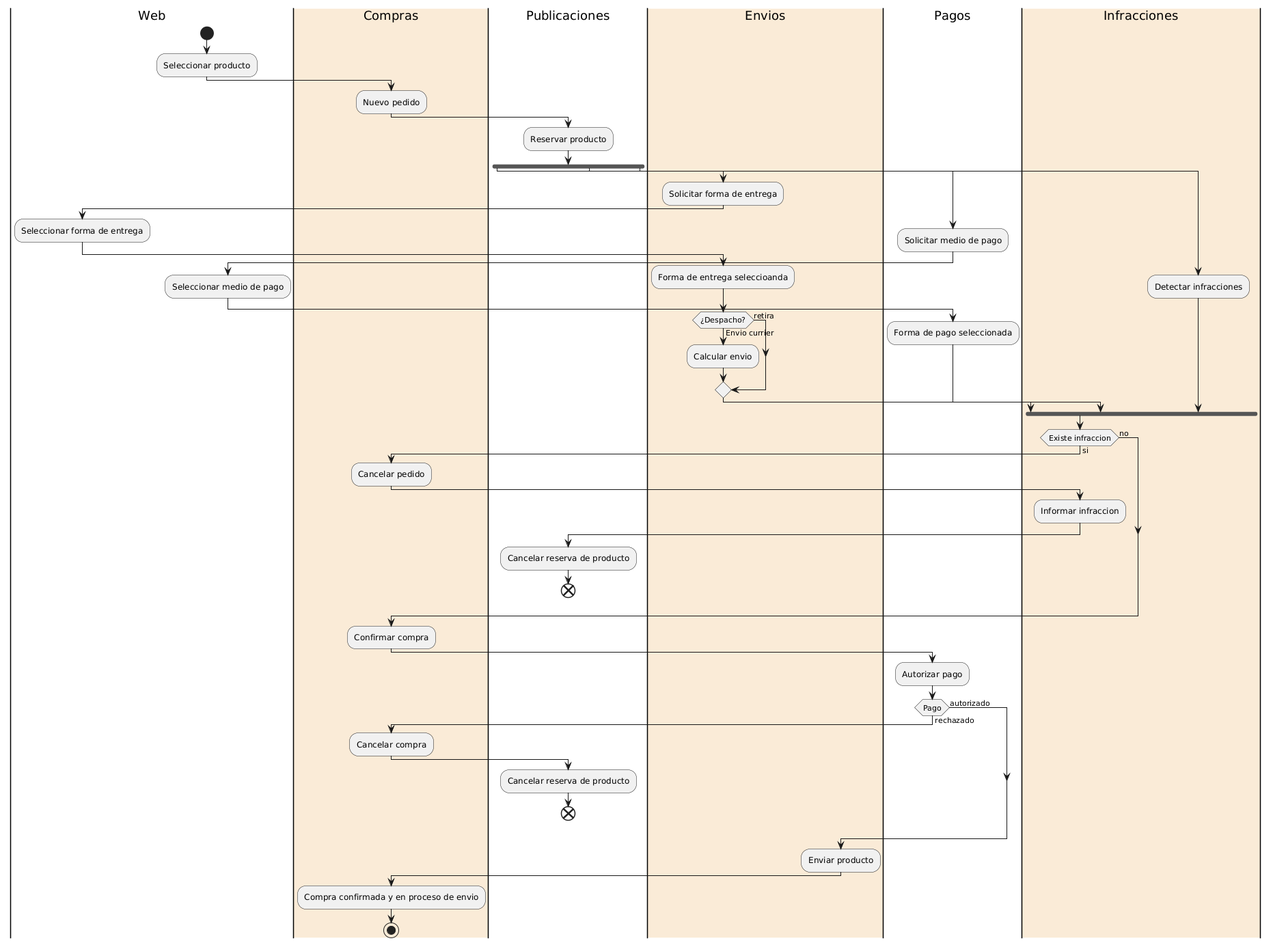
Earlier version of the PlantUML export diagramas_de_actividades/workflow-livre-markket-servicios-paralelos-independientes.png (Ramiro1414/livre-markket). Source of this version:
```plantuml
@startuml
|Web|
start
:Seleccionar producto;
|#AntiqueWhite|Compras|
:Nuevo pedido;
|Publicaciones|
:Reservar producto;
fork
  |#AntiqueWhite|Envios|
  :Solicitar forma de entrega;
  |Web|
  :Seleccionar forma de entrega;
  |Envios|
  :Forma de entrega seleccioanda;
  if (¿Despacho?) then (Envio currier)
      :Calcular envio;
  else (retira)
  endif
fork again
  |Pagos|
  :Solicitar medio de pago;
  |Web|
  :Seleccionar medio de pago;
  |Pagos|
  :Forma de pago seleccionada;
fork again
  |#AntiqueWhite|Infracciones|
  :Detectar infracciones;
end fork
|Infracciones|
if (Existe infraccion) then (si)
    |Compras|
    :Cancelar pedido;
    |Infracciones|
    :Informar infraccion;
    |Publicaciones|
    :Cancelar reserva de producto;
    end
else (no)
endif
|Compras|
:Confirmar compra;
|Pagos|
:Autorizar pago;
if (Pago) then (rechazado)
    |Compras|
    :Cancelar compra;
    |Publicaciones|
    :Cancelar reserva de producto;
    end
else (autorizado)
endif
|Envios|
:Enviar producto;
|Compras|
:Compra confirmada y en proceso de envio;
stop
@enduml
```
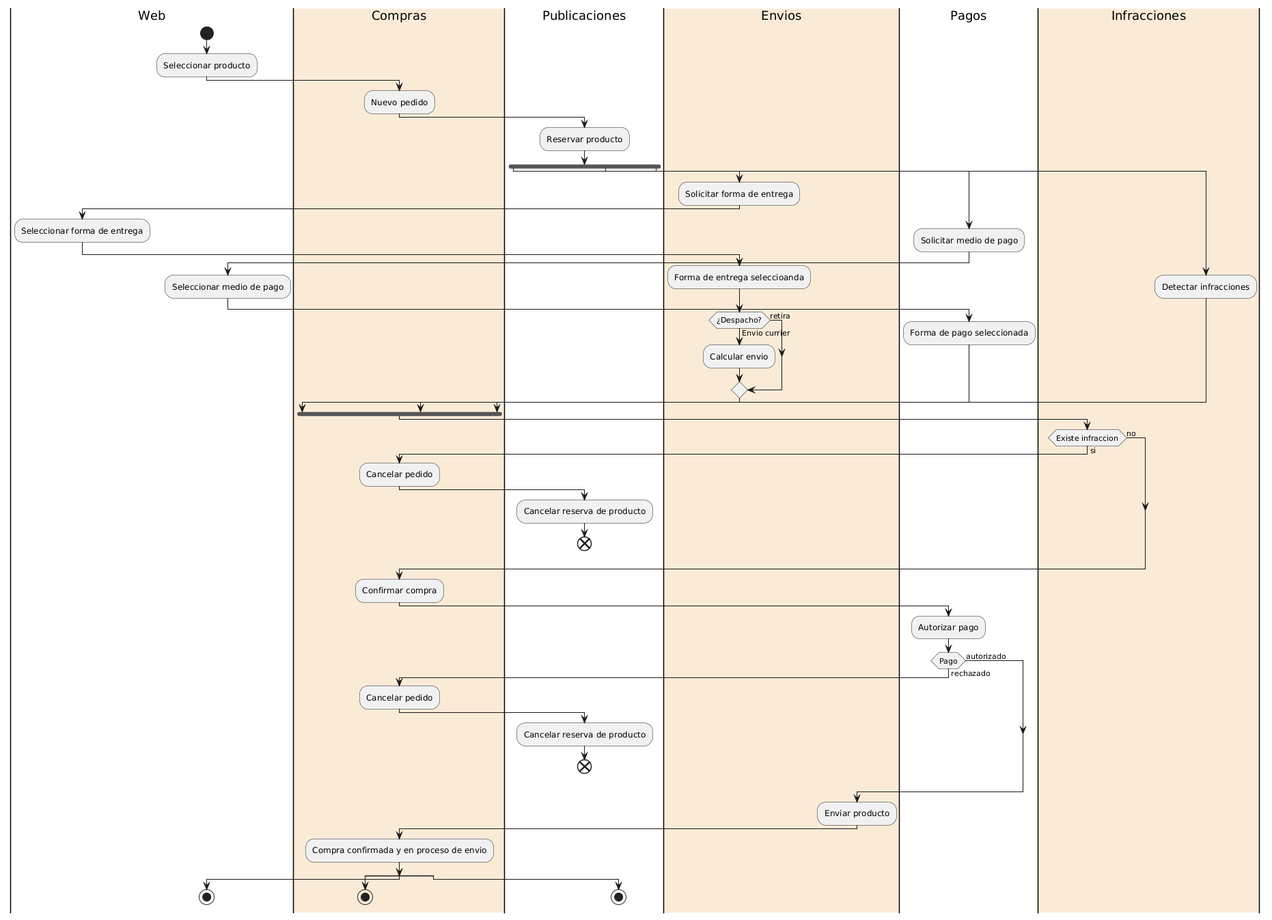
Later version of the same file.

Commit message:
cambios en el diagrama de actividades de la cuarta evolucion

Change to the diagram source:
```diff
@@ -27,13 +27,12 @@
 fork again
   |#AntiqueWhite|Infracciones|
   :Detectar infracciones;
+  |Compras|
 end fork
 |Infracciones|
 if (Existe infraccion) then (si)
     |Compras|
     :Cancelar pedido;
-    |Infracciones|
-    :Informar infraccion;
     |Publicaciones|
     :Cancelar reserva de producto;
     end
@@ -45,7 +44,7 @@
 :Autorizar pago;
 if (Pago) then (rechazado)
     |Compras|
-    :Cancelar compra;
+    :Cancelar pedido;
     |Publicaciones|
     :Cancelar reserva de producto;
     end
@@ -55,5 +54,14 @@
 :Enviar producto;
 |Compras|
 :Compra confirmada y en proceso de envio;
-stop
+split
+  |Compras|
+  stop
+split again
+  |Web|
+  stop
+split again
+  |Publicaciones|
+  stop
+endsplit
 @enduml
```
